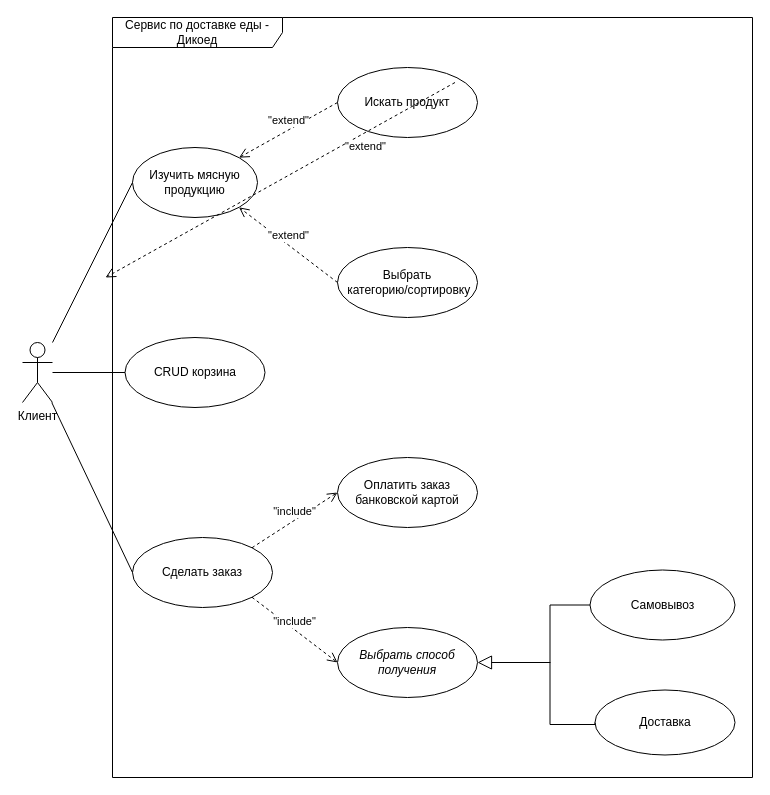
MyRepitter/UML-farm-produce-sales-app keeps this draw.io diagram as Lab3/ver2/Диаграмма вариантов использования Дикоед.drawio. Above is the earlier version. Source tidied: cells renumbered, new cells numbered last; positions are measured from the earlier drawing's top-left corner, leaving out a move shared by most shapes. Both pictures are drawn from the tidied source at 100%, with x=0, y=0 at pixel (22, 17).
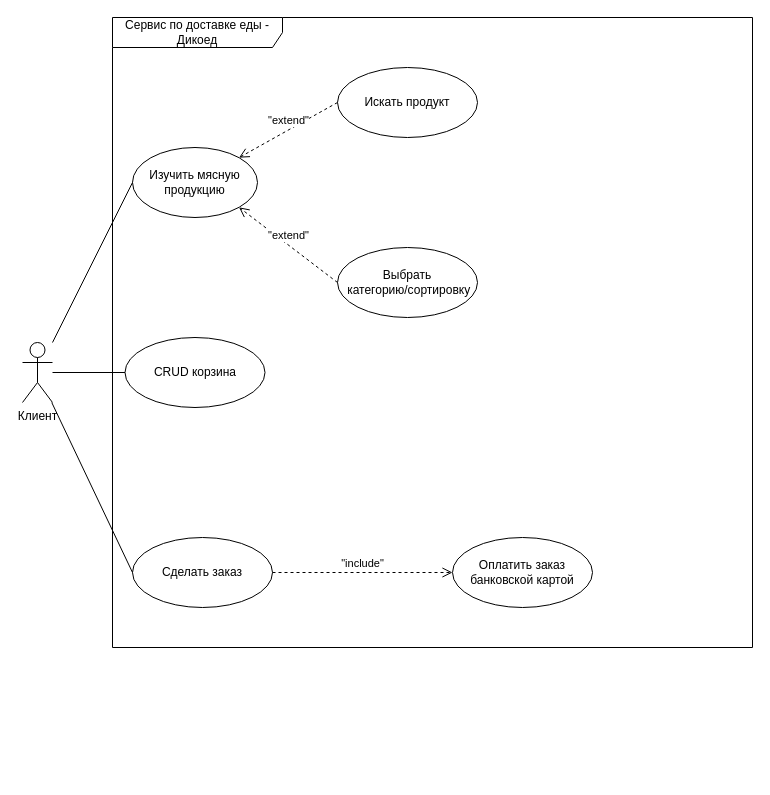
The same page after the edit.

The change refers to these unchanged cells:
```xml
<mxCell id="4" value="Сделать заказ" style="ellipse;whiteSpace=wrap;html=1;" parent="1" vertex="1">
  <mxGeometry x="110" y="520" width="140" height="70" as="geometry" />
</mxCell>
```

Change to the diagram source:
```diff
@@
     <mxCell id="2" value="Сервис по доставке еды - Дикоед" style="shape=umlFrame;whiteSpace=wrap;html=1;width=170;height=30;" parent="1" vertex="1">
-      <mxGeometry x="90" width="640" height="760" as="geometry" />
+      <mxGeometry x="90" width="640" height="630" as="geometry" />
     </mxCell>
@@
     <mxCell id="5" value="&lt;span style=&quot;font-style: normal;&quot;&gt;Оплатить заказ&lt;br&gt;банковской картой&lt;/span&gt;" style="ellipse;whiteSpace=wrap;html=1;fontStyle=2;" parent="1" vertex="1">
-      <mxGeometry x="315" y="440" width="140" height="70" as="geometry" />
+      <mxGeometry x="430" y="520" width="140" height="70" as="geometry" />
     </mxCell>
-    <mxCell id="6" value="&quot;include&quot;" style="html=1;verticalAlign=bottom;endArrow=open;dashed=1;endSize=8;curved=0;rounded=0;entryX=0;entryY=0.5;entryDx=0;entryDy=0;exitX=1;exitY=0;exitDx=0;exitDy=0;" parent="1" edge="1" source="4" target="5">
+    <mxCell id="6" value="&quot;include&quot;" style="html=1;verticalAlign=bottom;endArrow=open;dashed=1;endSize=8;curved=0;rounded=0;entryX=0;entryY=0.5;entryDx=0;entryDy=0;exitX=1;exitY=0.5;exitDx=0;exitDy=0;" parent="1" edge="1" source="4" target="5">
       <mxGeometry relative="1" as="geometry" />
     </mxCell>
@@
-    <mxCell id="11" value="&quot;extend&quot;" style="html=1;verticalAlign=bottom;endArrow=open;dashed=1;endSize=8;curved=0;rounded=0;exitX=0;exitY=0.5;exitDx=0;exitDy=0;entryX=1;entryY=0.5;entryDx=0;entryDy=0;" parent="1" edge="1">
-      <mxGeometry x="-0.43" y="20" relative="1" as="geometry">
-        <mxPoint x="432.5" y="65" as="sourcePoint" />
-        <mxPoint x="83" y="260" as="targetPoint" />
-      </mxGeometry>
-    </mxCell>
-    <mxCell id="12" value="Выбрать способ получения" style="ellipse;whiteSpace=wrap;html=1;fontStyle=2;" parent="1" vertex="1">
-      <mxGeometry x="315" y="610" width="140" height="70" as="geometry" />
-    </mxCell>
-    <mxCell id="13" value="&quot;include&quot;" style="html=1;verticalAlign=bottom;endArrow=open;dashed=1;endSize=8;curved=0;rounded=0;entryX=0;entryY=0.5;entryDx=0;entryDy=0;exitX=1;exitY=1;exitDx=0;exitDy=0;" parent="1" edge="1" source="4" target="12">
-      <mxGeometry relative="1" as="geometry" />
-    </mxCell>
-    <mxCell id="14" value="Самовывоз" style="ellipse;whiteSpace=wrap;html=1;" parent="1" vertex="1">
-      <mxGeometry x="567.5" y="552.5" width="145" height="70" as="geometry" />
-    </mxCell>
-    <mxCell id="15" value="Доставка" style="ellipse;whiteSpace=wrap;html=1;" parent="1" vertex="1">
-      <mxGeometry x="572.5" y="672.5" width="140" height="65" as="geometry" />
-    </mxCell>
-    <mxCell id="16" style="html=1;verticalAlign=bottom;endArrow=block;curved=0;rounded=0;endFill=0;endSize=12;entryX=1;entryY=0.5;entryDx=0;entryDy=0;" parent="1" edge="1" target="12">
-      <mxGeometry relative="1" as="geometry">
-        <mxPoint x="528" y="645" as="sourcePoint" />
-      </mxGeometry>
-    </mxCell>
-    <mxCell id="17" style="edgeStyle=orthogonalEdgeStyle;rounded=0;jettySize=auto;html=1;entryX=0;entryY=0.5;entryDx=0;entryDy=0;endArrow=none;endFill=0;exitX=0;exitY=0.5;exitDx=0;exitDy=0;" parent="1" edge="1" source="15" target="14">
-      <mxGeometry relative="1" as="geometry">
-        <Array as="points">
-          <mxPoint x="572.5" y="707" />
-          <mxPoint x="527.5" y="707" />
-          <mxPoint x="527.5" y="587" />
-        </Array>
-      </mxGeometry>
-    </mxCell>
```
